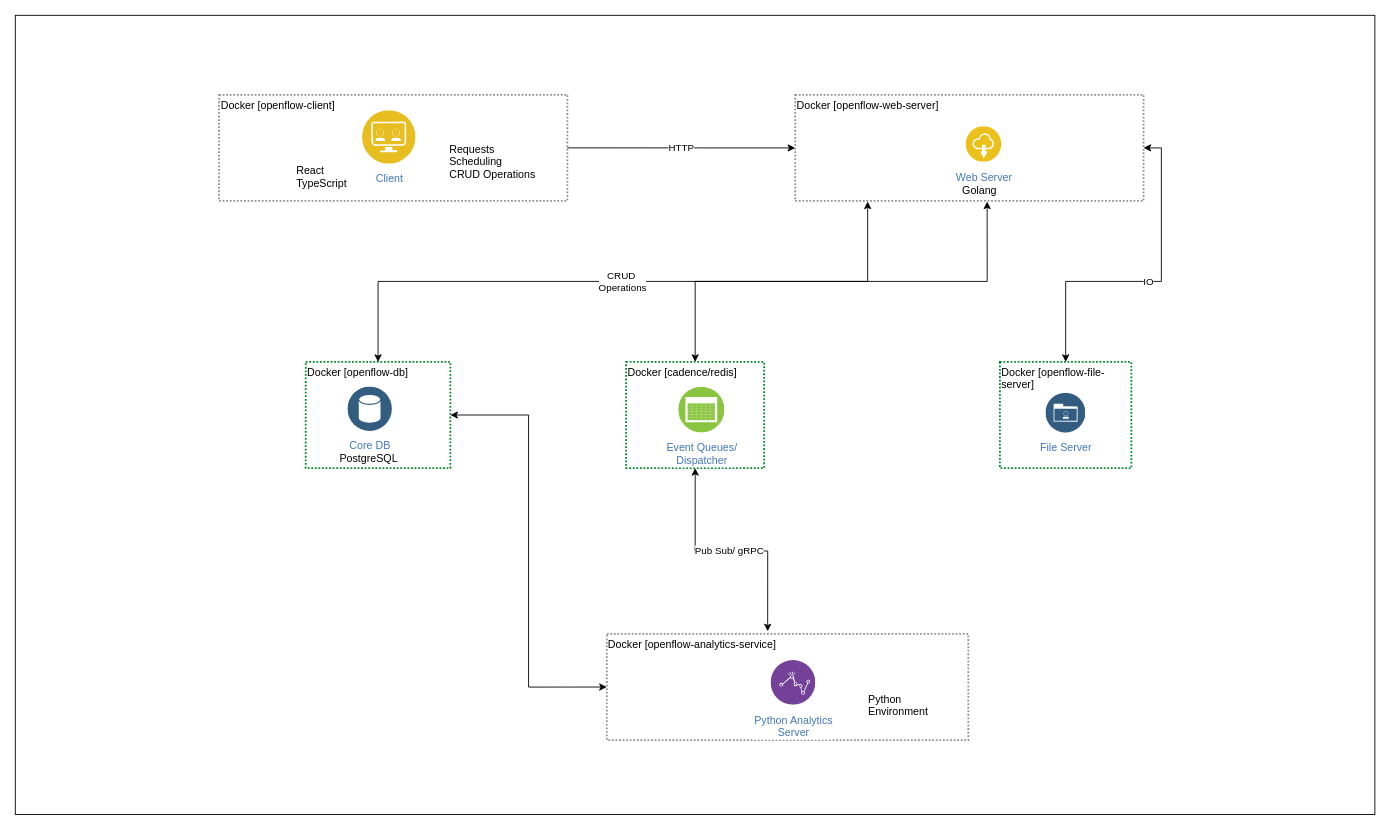
Before: openflow/architecture/architecture.drawio in stephensanwo/open-workflow, a draw.io diagram. Source tidied: cells renumbered, new cells numbered last; positions are measured from the earlier drawing's top-left corner, leaving out a move shared by most shapes. Both pictures are drawn from the tidied source at 89%, with x=0, y=0 at pixel (15, 15).
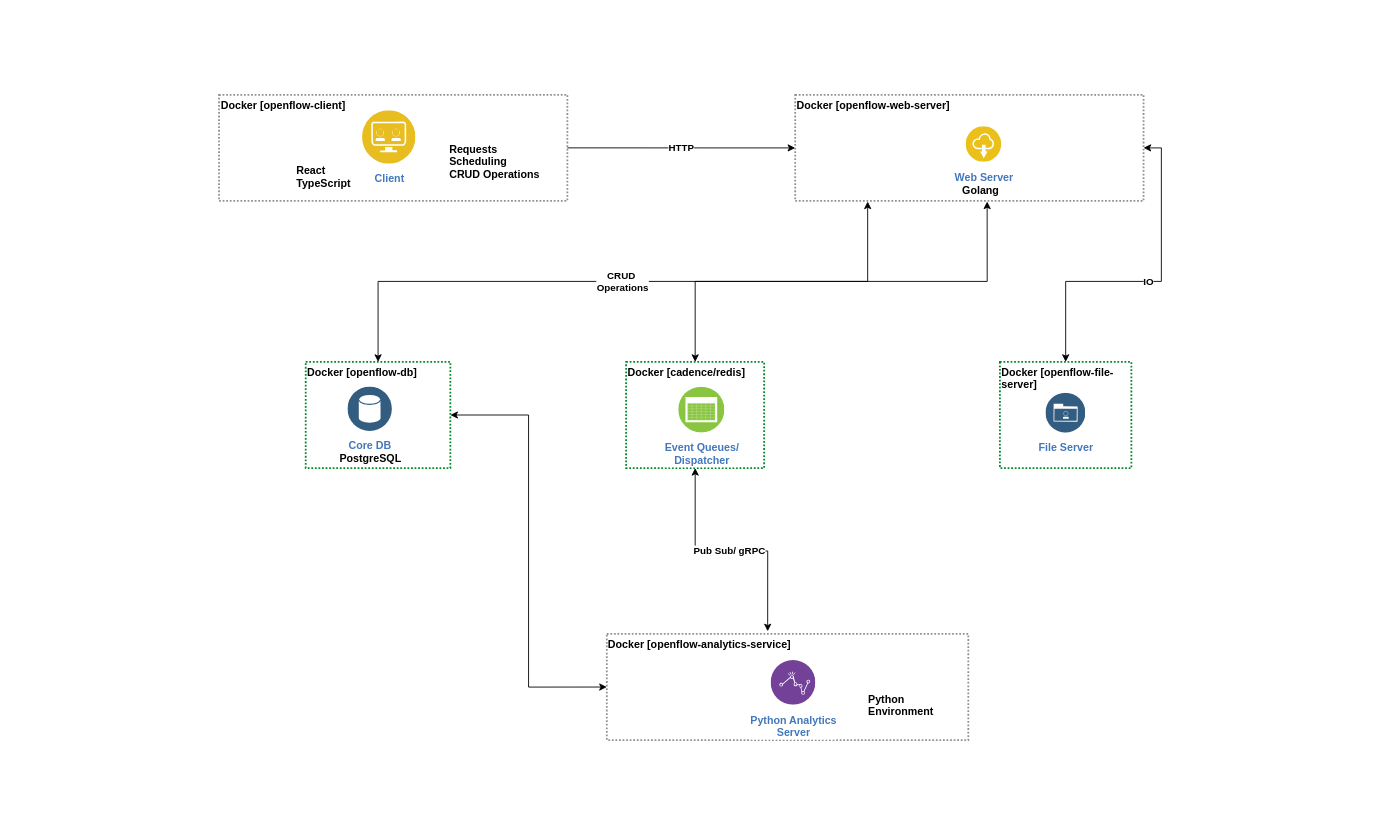
After the change.

The change refers to these unchanged cells:
```xml
<mxCell id="2" style="group;" parent="1" vertex="1">
  <mxGeometry x="-0.3" y="-0.3" width="1527.6" height="898" as="geometry" />
</mxCell>
```

Diff of the diagram source:
```diff
@@
-    <mxCell id="3" style="rounded=0;whiteSpace=wrap;html=1;fillColor=none;" parent="2" vertex="1">
+    <mxCell id="3" style="rounded=0;whiteSpace=wrap;html=1;fillColor=default;fontStyle=1;strokeColor=none;" parent="2" vertex="1">
       <mxGeometry width="1527.6" height="898" as="geometry" />
     </mxCell>
-    <mxCell id="4" value="Docker [openflow-analytics-service]" style="fontStyle=0;verticalAlign=top;align=left;spacingTop=-2;fillColor=none;rounded=0;whiteSpace=wrap;html=1;strokeColor=#919191;strokeWidth=2;dashed=1;dashPattern=1 1;" parent="2" vertex="1">
+    <mxCell id="4" value="Docker [openflow-analytics-service]" style="fontStyle=1;verticalAlign=top;align=left;spacingTop=-2;fillColor=none;rounded=0;whiteSpace=wrap;html=1;strokeColor=#919191;strokeWidth=2;dashed=1;dashPattern=1 1;" parent="2" vertex="1">
       <mxGeometry x="664.6" y="695.1" width="406.2" height="119.3" as="geometry" />
     </mxCell>
-    <mxCell id="5" style="group;" parent="4" vertex="1">
+    <mxCell id="5" style="group;fontStyle=1;" parent="4" vertex="1">
       <mxGeometry x="291.7" y="59.6" width="88.6" height="35.8" as="geometry" />
     </mxCell>
-    <mxCell id="6" value="Python &#10;Environment&#10;" style="text;strokeColor=none;fillColor=none;align=left;verticalAlign=top;spacingLeft=4;spacingRight=4;overflow=hidden;" parent="5" vertex="1">
+    <mxCell id="6" value="Python &#10;Environment&#10;" style="text;strokeColor=none;fillColor=none;align=left;verticalAlign=top;spacingLeft=4;spacingRight=4;overflow=hidden;fontStyle=1;" parent="5" vertex="1">
       <mxGeometry x="-3.7" width="92.3" height="35.8" as="geometry" />
     </mxCell>
-    <mxCell id="7" value="Python Analytics&lt;br&gt;Server" style="perimeter=ellipsePerimeter;html=1;align=center;shadow=0;dashed=0;fontColor=#4277BB;labelBackgroundColor=#ffffff;fontSize=12;spacingTop=3;image;image=img/lib/ibm/analytics/analytics.svg;dashPattern=1 1;fillColor=none;" parent="4" vertex="1">
+    <mxCell id="7" value="Python Analytics&lt;br&gt;Server" style="perimeter=ellipsePerimeter;html=1;align=center;shadow=0;dashed=0;fontColor=#4277BB;labelBackgroundColor=#ffffff;fontSize=12;spacingTop=3;image;image=img/lib/ibm/analytics/analytics.svg;dashPattern=1 1;fillColor=none;fontStyle=1;" parent="4" vertex="1">
       <mxGeometry x="184.6" y="29.8" width="50.2" height="50.2" as="geometry" />
     </mxCell>
-    <mxCell id="8" value="Pub Sub/ gRPC" style="edgeStyle=orthogonalEdgeStyle;rounded=0;jettySize=auto;html=1;entryX=0.445;entryY=-0.025;entryDx=0;entryDy=0;entryPerimeter=0;startArrow=classic;startFill=1;" parent="2" edge="1" source="9" target="4">
+    <mxCell id="8" value="Pub Sub/ gRPC" style="edgeStyle=orthogonalEdgeStyle;rounded=0;jettySize=auto;html=1;entryX=0.445;entryY=-0.025;entryDx=0;entryDy=0;entryPerimeter=0;startArrow=classic;startFill=1;fontStyle=1;" parent="2" edge="1" source="9" target="4">
       <mxGeometry relative="1" as="geometry" />
     </mxCell>
-    <mxCell id="9" value="Docker [cadence/redis]" style="fontStyle=0;verticalAlign=top;align=left;spacingTop=-2;fillColor=none;rounded=0;whiteSpace=wrap;html=1;strokeColor=#00882B;strokeWidth=2;dashed=1;dashPattern=1 1;" parent="2" vertex="1">
+    <mxCell id="9" value="Docker [cadence/redis]" style="fontStyle=1;verticalAlign=top;align=left;spacingTop=-2;fillColor=none;rounded=0;whiteSpace=wrap;html=1;strokeColor=#00882B;strokeWidth=2;dashed=1;dashPattern=1 1;" parent="2" vertex="1">
       <mxGeometry x="686.3" y="389.4" width="155.1" height="119.3" as="geometry" />
     </mxCell>
-    <mxCell id="10" value="Event Queues/&lt;br&gt;Dispatcher" style="perimeter=ellipsePerimeter;html=1;align=center;shadow=0;dashed=0;fontColor=#4277BB;labelBackgroundColor=#ffffff;fontSize=12;spacingTop=3;image;image=img/lib/ibm/infrastructure/event_feed.svg;dashPattern=1 1;fillColor=none;" parent="9" vertex="1">
+    <mxCell id="10" value="Event Queues/&lt;br&gt;Dispatcher" style="perimeter=ellipsePerimeter;html=1;align=center;shadow=0;dashed=0;fontColor=#4277BB;labelBackgroundColor=#ffffff;fontSize=12;spacingTop=3;image;image=img/lib/ibm/infrastructure/event_feed.svg;dashPattern=1 1;fillColor=none;fontStyle=1;" parent="9" vertex="1">
       <mxGeometry x="59.1" y="28.2" width="51.8" height="51.8" as="geometry" />
     </mxCell>
-    <mxCell id="11" style="edgeStyle=orthogonalEdgeStyle;rounded=0;jettySize=auto;html=1;entryX=0;entryY=0.5;entryDx=0;entryDy=0;startArrow=classic;startFill=1;" parent="2" edge="1" source="12" target="4">
+    <mxCell id="11" style="edgeStyle=orthogonalEdgeStyle;rounded=0;jettySize=auto;html=1;entryX=0;entryY=0.5;entryDx=0;entryDy=0;startArrow=classic;startFill=1;fontStyle=1;" parent="2" edge="1" source="12" target="4">
       <mxGeometry relative="1" as="geometry" />
     </mxCell>
-    <mxCell id="12" value="Docker [openflow-db]" style="fontStyle=0;verticalAlign=top;align=left;spacingTop=-2;fillColor=none;rounded=0;whiteSpace=wrap;html=1;strokeColor=#00882B;strokeWidth=2;dashed=1;dashPattern=1 1;" parent="2" vertex="1">
+    <mxCell id="12" value="Docker [openflow-db]" style="fontStyle=1;verticalAlign=top;align=left;spacingTop=-2;fillColor=none;rounded=0;whiteSpace=wrap;html=1;strokeColor=#00882B;strokeWidth=2;dashed=1;dashPattern=1 1;" parent="2" vertex="1">
       <mxGeometry x="326.3" y="389.4" width="162.5" height="119.3" as="geometry" />
     </mxCell>
-    <mxCell id="13" style="group;" parent="12" vertex="1">
+    <mxCell id="13" style="group;fontStyle=1;" parent="12" vertex="1">
       <mxGeometry x="51.7" y="28.2" width="80" height="90" as="geometry" />
     </mxCell>
-    <mxCell id="14" value="PostgreSQL" style="text;strokeColor=none;fillColor=none;align=left;verticalAlign=top;spacingLeft=4;spacingRight=4;overflow=hidden;" parent="13" vertex="1">
+    <mxCell id="14" value="PostgreSQL" style="text;strokeColor=none;fillColor=none;align=left;verticalAlign=top;spacingLeft=4;spacingRight=4;overflow=hidden;fontStyle=1;" parent="13" vertex="1">
       <mxGeometry x="-19.3" y="66.6" width="80" height="23.4" as="geometry" />
     </mxCell>
-    <mxCell id="15" value="Core DB&lt;br&gt;" style="perimeter=ellipsePerimeter;html=1;align=center;shadow=0;dashed=0;fontColor=#4277BB;labelBackgroundColor=#ffffff;fontSize=12;spacingTop=3;image;image=img/lib/ibm/data/data_services.svg;" parent="12" vertex="1">
+    <mxCell id="15" value="Core DB&lt;br&gt;" style="perimeter=ellipsePerimeter;html=1;align=center;shadow=0;dashed=0;fontColor=#4277BB;labelBackgroundColor=#ffffff;fontSize=12;spacingTop=3;image;image=img/lib/ibm/data/data_services.svg;fontStyle=1;" parent="12" vertex="1">
       <mxGeometry x="47.4" y="28.2" width="50" height="50" as="geometry" />
     </mxCell>
-    <mxCell id="16" value="Docker [openflow-web-server]" style="fontStyle=0;verticalAlign=top;align=left;spacingTop=-2;fillColor=none;rounded=0;whiteSpace=wrap;html=1;strokeColor=#919191;strokeWidth=2;dashed=1;dashPattern=1 1;" parent="2" vertex="1">
+    <mxCell id="16" value="Docker [openflow-web-server]" style="fontStyle=1;verticalAlign=top;align=left;spacingTop=-2;fillColor=none;rounded=0;whiteSpace=wrap;html=1;strokeColor=#919191;strokeWidth=2;dashed=1;dashPattern=1 1;" parent="2" vertex="1">
       <mxGeometry x="876.3" y="89.3" width="391.4" height="119.3" as="geometry" />
     </mxCell>
-    <mxCell id="17" style="group;" parent="16" vertex="1">
+    <mxCell id="17" style="group;fontStyle=1;" parent="16" vertex="1">
       <mxGeometry x="192" y="35.8" width="50" height="80" as="geometry" />
     </mxCell>
-    <mxCell id="18" value="Web Server&lt;br&gt;" style="perimeter=ellipsePerimeter;html=1;align=center;shadow=0;dashed=0;fontColor=#4277BB;labelBackgroundColor=#ffffff;fontSize=12;spacingTop=3;image;image=img/lib/ibm/applications/saas_applications.svg;" parent="17" vertex="1">
+    <mxCell id="18" value="Web Server&lt;br&gt;" style="perimeter=ellipsePerimeter;html=1;align=center;shadow=0;dashed=0;fontColor=#4277BB;labelBackgroundColor=#ffffff;fontSize=12;spacingTop=3;image;image=img/lib/ibm/applications/saas_applications.svg;fontStyle=1;" parent="17" vertex="1">
       <mxGeometry width="40" height="40" as="geometry" />
     </mxCell>
-    <mxCell id="19" value="Golang" style="text;strokeColor=none;fillColor=none;align=left;verticalAlign=top;spacingLeft=4;spacingRight=4;overflow=hidden;" parent="17" vertex="1">
+    <mxCell id="19" value="Golang" style="text;strokeColor=none;fillColor=none;align=left;verticalAlign=top;spacingLeft=4;spacingRight=4;overflow=hidden;fontStyle=1;" parent="17" vertex="1">
       <mxGeometry x="-10" y="57.7" width="60" height="26.3" as="geometry" />
     </mxCell>
-    <mxCell id="20" value="CRUD&amp;nbsp;&lt;br&gt;Operations" style="edgeStyle=orthogonalEdgeStyle;rounded=0;jettySize=auto;html=1;startArrow=classic;startFill=1;exitX=0.208;exitY=1.005;exitDx=0;exitDy=0;exitPerimeter=0;" parent="2" edge="1" source="16" target="12">
+    <mxCell id="20" value="CRUD&amp;nbsp;&lt;br&gt;Operations" style="edgeStyle=orthogonalEdgeStyle;rounded=0;jettySize=auto;html=1;startArrow=classic;startFill=1;exitX=0.208;exitY=1.005;exitDx=0;exitDy=0;exitPerimeter=0;fontStyle=1;" parent="2" edge="1" source="16" target="12">
       <mxGeometry relative="1" as="geometry" />
     </mxCell>
-    <mxCell id="21" value="HTTP" style="edgeStyle=orthogonalEdgeStyle;rounded=0;jettySize=auto;html=1;exitX=1;exitY=0.5;exitDx=0;exitDy=0;" parent="2" edge="1" source="28" target="16">
+    <mxCell id="21" value="HTTP" style="edgeStyle=orthogonalEdgeStyle;rounded=0;jettySize=auto;html=1;exitX=1;exitY=0.5;exitDx=0;exitDy=0;fontStyle=1;" parent="2" edge="1" source="28" target="16">
       <mxGeometry relative="1" as="geometry">
         <Array as="points">
           <mxPoint x="806.3" y="149.3" />
           <mxPoint x="806.3" y="149.3" />
         </Array>
       </mxGeometry>
     </mxCell>
-    <mxCell id="22" style="edgeStyle=orthogonalEdgeStyle;rounded=0;jettySize=auto;html=1;startArrow=classic;startFill=1;exitX=0.551;exitY=1.005;exitDx=0;exitDy=0;exitPerimeter=0;" parent="2" edge="1" source="16" target="9">
+    <mxCell id="22" style="edgeStyle=orthogonalEdgeStyle;rounded=0;jettySize=auto;html=1;startArrow=classic;startFill=1;exitX=0.551;exitY=1.005;exitDx=0;exitDy=0;exitPerimeter=0;fontStyle=1;" parent="2" edge="1" source="16" target="9">
       <mxGeometry relative="1" as="geometry" />
     </mxCell>
-    <mxCell id="23" value="IO" style="edgeStyle=orthogonalEdgeStyle;rounded=0;jettySize=auto;html=1;startArrow=classic;startFill=1;exitX=1;exitY=0.5;exitDx=0;exitDy=0;" parent="2" edge="1" source="16" target="25">
+    <mxCell id="23" value="IO" style="edgeStyle=orthogonalEdgeStyle;rounded=0;jettySize=auto;html=1;startArrow=classic;startFill=1;exitX=1;exitY=0.5;exitDx=0;exitDy=0;fontStyle=1;" parent="2" edge="1" source="16" target="25">
       <mxGeometry relative="1" as="geometry" />
     </mxCell>
-    <mxCell id="24" style="group;" parent="2" vertex="1">
+    <mxCell id="24" style="group;fontStyle=1;" parent="2" vertex="1">
       <mxGeometry x="1106.3" y="389.4" width="147.7" height="119.3" as="geometry" />
     </mxCell>
-    <mxCell id="25" value="Docker [openflow-file-server]" style="fontStyle=0;verticalAlign=top;align=left;spacingTop=-2;fillColor=none;rounded=0;whiteSpace=wrap;html=1;strokeColor=#00882B;strokeWidth=2;dashed=1;dashPattern=1 1;" parent="24" vertex="1">
+    <mxCell id="25" value="Docker [openflow-file-server]" style="fontStyle=1;verticalAlign=top;align=left;spacingTop=-2;fillColor=none;rounded=0;whiteSpace=wrap;html=1;strokeColor=#00882B;strokeWidth=2;dashed=1;dashPattern=1 1;" parent="24" vertex="1">
       <mxGeometry width="147.7" height="119.3" as="geometry" />
     </mxCell>
-    <mxCell id="26" value="File Server&lt;br&gt;" style="perimeter=ellipsePerimeter;html=1;align=center;shadow=0;dashed=0;fontColor=#4277BB;labelBackgroundColor=#ffffff;fontSize=12;spacingTop=3;image;image=img/lib/ibm/data/enterprise_user_directory.svg;dashPattern=1 1;fillColor=none;" parent="24" vertex="1">
+    <mxCell id="26" value="File Server&lt;br&gt;" style="perimeter=ellipsePerimeter;html=1;align=center;shadow=0;dashed=0;fontColor=#4277BB;labelBackgroundColor=#ffffff;fontSize=12;spacingTop=3;image;image=img/lib/ibm/data/enterprise_user_directory.svg;dashPattern=1 1;fillColor=none;fontStyle=1;" parent="24" vertex="1">
       <mxGeometry x="51.7" y="35.2" width="44.8" height="44.8" as="geometry" />
     </mxCell>
-    <mxCell id="27" style="group;" parent="2" vertex="1">
-      <mxGeometry x="228.9" y="89.3" width="391.4" height="119.3" as="geometry" />
-    </mxCell>
-    <mxCell id="28" value="Docker [openflow-client]" style="fontStyle=0;verticalAlign=top;align=left;spacingTop=-2;fillColor=none;rounded=0;whiteSpace=wrap;html=1;strokeColor=#919191;strokeWidth=2;dashed=1;dashPattern=1 1;" parent="27" vertex="1">
-      <mxGeometry width="391.4" height="119.3" as="geometry" />
+    <mxCell id="28" value="Docker [openflow-client]" style="fontStyle=1;verticalAlign=top;align=left;spacingTop=-2;fillColor=none;rounded=0;whiteSpace=wrap;html=1;strokeColor=#919191;strokeWidth=2;dashed=1;dashPattern=1 1;" parent="2" vertex="1">
+      <mxGeometry x="228.9" y="89.3" width="391.4" height="119.3" as="geometry" />
     </mxCell>
-    <mxCell id="29" value="Requests&#10;Scheduling&#10;CRUD Operations" style="text;strokeColor=none;fillColor=none;align=left;verticalAlign=top;spacingLeft=4;spacingRight=4;overflow=hidden;" parent="28" vertex="1">
+    <mxCell id="29" value="Requests&#10;Scheduling&#10;CRUD Operations" style="text;strokeColor=none;fillColor=none;align=left;verticalAlign=top;spacingLeft=4;spacingRight=4;overflow=hidden;fontStyle=1;" parent="28" vertex="1">
       <mxGeometry x="253.1" y="47.5" width="116.9" height="52.5" as="geometry" />
     </mxCell>
-    <mxCell id="30" value="Client" style="perimeter=ellipsePerimeter;html=1;align=center;shadow=0;dashed=0;fontColor=#4277BB;labelBackgroundColor=#ffffff;fontSize=12;spacingTop=3;image;image=img/lib/ibm/applications/api_developer_portal.svg;" parent="28" vertex="1">
+    <mxCell id="30" value="Client" style="perimeter=ellipsePerimeter;html=1;align=center;shadow=0;dashed=0;fontColor=#4277BB;labelBackgroundColor=#ffffff;fontSize=12;spacingTop=3;image;image=img/lib/ibm/applications/api_developer_portal.svg;fontStyle=1;" parent="28" vertex="1">
       <mxGeometry x="161.2" y="17.9" width="60" height="60" as="geometry" />
     </mxCell>
-    <mxCell id="31" style="group;" parent="27" vertex="1">
-      <mxGeometry x="81.2" y="17.9" width="80" height="90" as="geometry" />
+    <mxCell id="31" style="group;fontStyle=1;" parent="2" vertex="1">
+      <mxGeometry x="310.1" y="107.2" width="80" height="90" as="geometry" />
     </mxCell>
-    <mxCell id="32" value="React&#10;TypeScript" style="text;strokeColor=none;fillColor=none;align=left;verticalAlign=top;spacingLeft=4;spacingRight=4;overflow=hidden;" parent="31" vertex="1">
+    <mxCell id="32" value="React&#10;TypeScript" style="text;strokeColor=none;fillColor=none;align=left;verticalAlign=top;spacingLeft=4;spacingRight=4;overflow=hidden;fontStyle=1;" parent="31" vertex="1">
       <mxGeometry y="53.7" width="80" height="36.3" as="geometry" />
     </mxCell>
```
